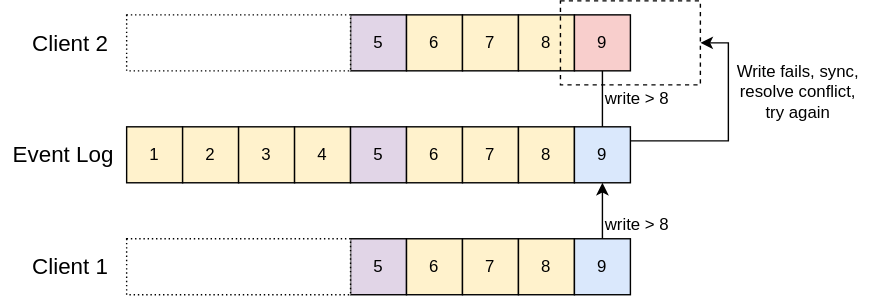
The draw.io diagram assets/images/event-source-consistency/end-to-end-consistency.svg in TheCandidStartup/TheCandidStartup.github.io, before a commit. Source tidied: cells renumbered, new cells last; positions are measured from the earlier drawing's top-left corner, leaving out a move shared by most shapes.
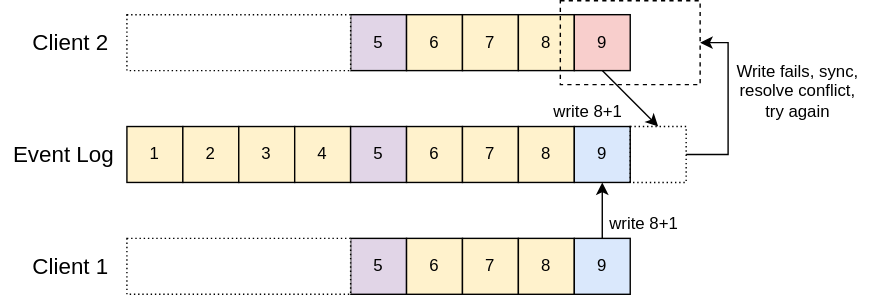
After the change.

Commit message:
Made it clearer that client 2's event tries to commit after client 1

The edit, as a diff of the source:
```diff
@@ -65,15 +65,9 @@
     <mxCell id="22" style="rounded=0;whiteSpace=wrap;html=1;dashed=1;dashPattern=1 2;" parent="1" vertex="1">
       <mxGeometry x="90" y="10" width="160" height="40" as="geometry" />
     </mxCell>
-    <mxCell id="23" style="edgeStyle=orthogonalEdgeStyle;rounded=0;jettySize=auto;html=1;exitX=0.5;exitY=1;exitDx=0;exitDy=0;entryX=1;entryY=0.5;entryDx=0;entryDy=0;" parent="1" edge="1" source="24" target="28">
-      <mxGeometry relative="1" as="geometry">
-        <Array as="points">
-          <mxPoint x="430" y="100" />
-          <mxPoint x="520" y="100" />
-          <mxPoint x="520" y="30" />
-        </Array>
-      </mxGeometry>
-    </mxCell>
+    <mxCell id="32" style="rounded=0;jettySize=auto;html=1;exitX=0.5;exitY=1;exitDx=0;exitDy=0;entryX=0.5;entryY=0;entryDx=0;entryDy=0;" parent="1" edge="1" source="24" target="34">
+      <mxGeometry relative="1" as="geometry" />
+    </mxCell>
     <mxCell id="24" value="9" style="rounded=0;whiteSpace=wrap;html=1;fillColor=#f8cecc;strokeColor=#000000;" parent="1" vertex="1">
       <mxGeometry x="410" y="10" width="40" height="40" as="geometry" />
     </mxCell>
@@ -92,11 +86,22 @@
     <mxCell id="29" value="9" style="rounded=0;whiteSpace=wrap;html=1;fillColor=#dae8fc;strokeColor=#000000;" parent="1" vertex="1">
       <mxGeometry x="410" y="90" width="40" height="40" as="geometry" />
     </mxCell>
-    <mxCell id="30" value="write &amp;gt; 8" style="text;html=1;strokeColor=none;fillColor=none;align=center;verticalAlign=middle;whiteSpace=wrap;rounded=0;" parent="1" vertex="1">
-      <mxGeometry x="430" y="150" width="50" height="20" as="geometry" />
+    <mxCell id="30" value="write 8+1" style="text;html=1;strokeColor=none;fillColor=none;align=center;verticalAlign=middle;whiteSpace=wrap;rounded=0;" parent="1" vertex="1">
+      <mxGeometry x="430" y="150" width="60" height="20" as="geometry" />
     </mxCell>
-    <mxCell id="31" value="write &amp;gt; 8" style="text;html=1;strokeColor=none;fillColor=none;align=center;verticalAlign=middle;whiteSpace=wrap;rounded=0;" parent="1" vertex="1">
-      <mxGeometry x="430" y="60" width="50" height="20" as="geometry" />
+    <mxCell id="31" value="write 8+1" style="text;html=1;strokeColor=none;fillColor=none;align=center;verticalAlign=middle;whiteSpace=wrap;rounded=0;" parent="1" vertex="1">
+      <mxGeometry x="390" y="70" width="60" height="20" as="geometry" />
     </mxCell>
+    <mxCell id="33" style="edgeStyle=orthogonalEdgeStyle;rounded=0;jettySize=auto;html=1;exitX=1;exitY=0.5;exitDx=0;exitDy=0;entryX=1;entryY=0.5;entryDx=0;entryDy=0;" parent="1" edge="1" source="34" target="28">
+      <mxGeometry relative="1" as="geometry">
+        <Array as="points">
+          <mxPoint x="520" y="110" />
+          <mxPoint x="520" y="30" />
+        </Array>
+      </mxGeometry>
+    </mxCell>
+    <mxCell id="34" style="rounded=0;whiteSpace=wrap;html=1;fillColor=none;strokeColor=#000000;dashed=1;dashPattern=1 2;" parent="1" vertex="1">
+      <mxGeometry x="450" y="90" width="40" height="40" as="geometry" />
+    </mxCell>
   </root>
 </mxGraphModel>
```
